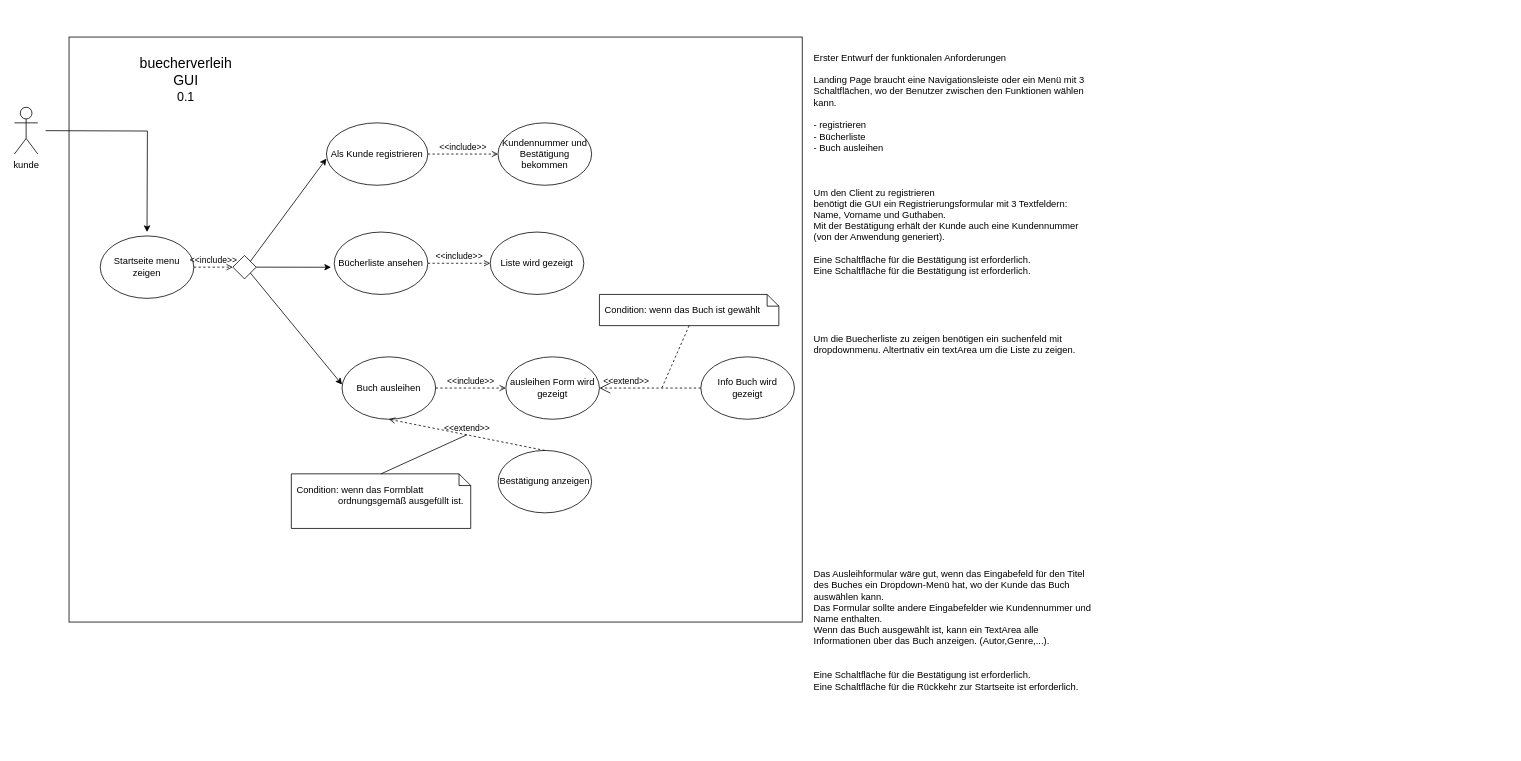
marcogara/WBS_60.1 keeps this draw.io diagram as Buechverleih.drawio. Above is the earlier version. Source tidied: cells renumbered, new cells numbered last; positions are measured from the earlier drawing's top-left corner, leaving out a move shared by most shapes. Both pictures are drawn from the tidied source at 78%, with x=0, y=0 at pixel (14, 37).
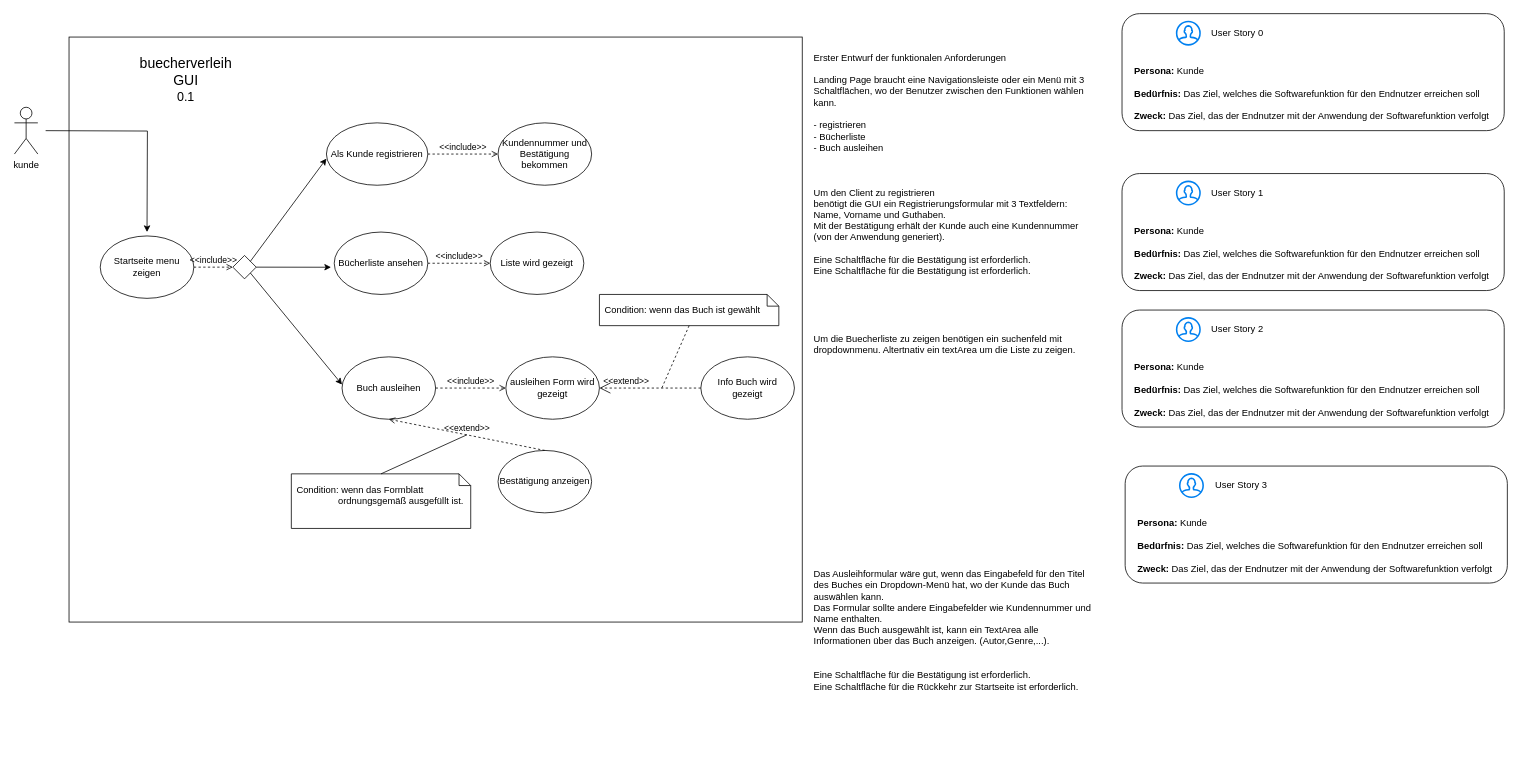
The same page after the edit.

Commit message:
update UML Userstories

What changed in the source:
```diff
@@
+    <mxCell id="30" style="rounded=1;whiteSpace=wrap;html=1;" parent="1" vertex="1">
+      <mxGeometry x="1420" y="-30" width="490" height="150" as="geometry" />
+    </mxCell>
@@
+    <mxCell id="31" style="html=1;verticalLabelPosition=bottom;align=center;labelBackgroundColor=#ffffff;verticalAlign=top;strokeWidth=2;strokeColor=#0080F0;shadow=0;dashed=0;shape=mxgraph.ios7.icons.user;" parent="1" vertex="1">
+      <mxGeometry x="1490" y="-20" width="30" height="30" as="geometry" />
+    </mxCell>
+    <mxCell id="32" value="&lt;div&gt;User Story 0&lt;/div&gt;" style="text;html=1;strokeColor=none;fillColor=none;align=center;verticalAlign=middle;whiteSpace=wrap;rounded=0;" parent="1" vertex="1">
+      <mxGeometry x="1508" y="-20" width="120" height="30" as="geometry" />
+    </mxCell>
+    <mxCell id="33" value="&lt;div align=&quot;left&quot;&gt;&lt;b&gt;Persona: &lt;/b&gt;Kunde&lt;br&gt;&lt;/div&gt;&lt;div align=&quot;left&quot;&gt;&lt;br&gt;&lt;/div&gt;&lt;div align=&quot;left&quot;&gt;&lt;b&gt;Bedürfnis: &lt;/b&gt;Das Ziel, welches die Softwarefunktion für den Endnutzer erreichen soll&lt;/div&gt;&lt;div&gt;&lt;br&gt;&lt;/div&gt;&lt;div&gt;&lt;b&gt;Zweck: &lt;/b&gt;Das Ziel, das der Endnutzer mit der Anwendung der Softwarefunktion verfolgt&lt;/div&gt;&lt;div&gt;&lt;br&gt;&lt;/div&gt;" style="text;html=1;align=left;verticalAlign=middle;strokeColor=none;fillColor=none;" parent="1" vertex="1">
+      <mxGeometry x="1434" y="30" width="470" height="100" as="geometry" />
+    </mxCell>
+    <mxCell id="34" style="rounded=1;whiteSpace=wrap;html=1;" parent="1" vertex="1">
+      <mxGeometry x="1420" y="175" width="490" height="150" as="geometry" />
+    </mxCell>
+    <mxCell id="35" style="html=1;verticalLabelPosition=bottom;align=center;labelBackgroundColor=#ffffff;verticalAlign=top;strokeWidth=2;strokeColor=#0080F0;shadow=0;dashed=0;shape=mxgraph.ios7.icons.user;" parent="1" vertex="1">
+      <mxGeometry x="1490" y="185" width="30" height="30" as="geometry" />
+    </mxCell>
+    <mxCell id="36" value="&lt;div&gt;User Story 1&lt;br&gt;&lt;/div&gt;" style="text;html=1;strokeColor=none;fillColor=none;align=center;verticalAlign=middle;whiteSpace=wrap;rounded=0;" parent="1" vertex="1">
+      <mxGeometry x="1508" y="185" width="120" height="30" as="geometry" />
+    </mxCell>
+    <mxCell id="37" value="&lt;div align=&quot;left&quot;&gt;&lt;b&gt;Persona: &lt;/b&gt;Kunde&lt;br&gt;&lt;/div&gt;&lt;div align=&quot;left&quot;&gt;&lt;br&gt;&lt;/div&gt;&lt;div align=&quot;left&quot;&gt;&lt;b&gt;Bedürfnis: &lt;/b&gt;Das Ziel, welches die Softwarefunktion für den Endnutzer erreichen soll&lt;/div&gt;&lt;div&gt;&lt;br&gt;&lt;/div&gt;&lt;div&gt;&lt;b&gt;Zweck: &lt;/b&gt;Das Ziel, das der Endnutzer mit der Anwendung der Softwarefunktion verfolgt&lt;/div&gt;&lt;div&gt;&lt;br&gt;&lt;/div&gt;" style="text;html=1;align=left;verticalAlign=middle;strokeColor=none;fillColor=none;" parent="1" vertex="1">
+      <mxGeometry x="1434" y="235" width="470" height="100" as="geometry" />
+    </mxCell>
+    <mxCell id="38" style="rounded=1;whiteSpace=wrap;html=1;" parent="1" vertex="1">
+      <mxGeometry x="1420" y="350" width="490" height="150" as="geometry" />
+    </mxCell>
+    <mxCell id="39" style="html=1;verticalLabelPosition=bottom;align=center;labelBackgroundColor=#ffffff;verticalAlign=top;strokeWidth=2;strokeColor=#0080F0;shadow=0;dashed=0;shape=mxgraph.ios7.icons.user;" parent="1" vertex="1">
+      <mxGeometry x="1490" y="360" width="30" height="30" as="geometry" />
+    </mxCell>
+    <mxCell id="40" value="&lt;div&gt;User Story 2&lt;br&gt;&lt;/div&gt;" style="text;html=1;strokeColor=none;fillColor=none;align=center;verticalAlign=middle;whiteSpace=wrap;rounded=0;" parent="1" vertex="1">
+      <mxGeometry x="1508" y="360" width="120" height="30" as="geometry" />
+    </mxCell>
+    <mxCell id="41" value="&lt;div align=&quot;left&quot;&gt;&lt;b&gt;Persona: &lt;/b&gt;Kunde&lt;br&gt;&lt;/div&gt;&lt;div align=&quot;left&quot;&gt;&lt;br&gt;&lt;/div&gt;&lt;div align=&quot;left&quot;&gt;&lt;b&gt;Bedürfnis: &lt;/b&gt;Das Ziel, welches die Softwarefunktion für den Endnutzer erreichen soll&lt;/div&gt;&lt;div&gt;&lt;br&gt;&lt;/div&gt;&lt;div&gt;&lt;b&gt;Zweck: &lt;/b&gt;Das Ziel, das der Endnutzer mit der Anwendung der Softwarefunktion verfolgt&lt;/div&gt;&lt;div&gt;&lt;br&gt;&lt;/div&gt;" style="text;html=1;align=left;verticalAlign=middle;strokeColor=none;fillColor=none;" parent="1" vertex="1">
+      <mxGeometry x="1434" y="410" width="470" height="100" as="geometry" />
+    </mxCell>
+    <mxCell id="42" style="rounded=1;whiteSpace=wrap;html=1;" parent="1" vertex="1">
+      <mxGeometry x="1424" y="550" width="490" height="150" as="geometry" />
+    </mxCell>
+    <mxCell id="43" style="html=1;verticalLabelPosition=bottom;align=center;labelBackgroundColor=#ffffff;verticalAlign=top;strokeWidth=2;strokeColor=#0080F0;shadow=0;dashed=0;shape=mxgraph.ios7.icons.user;" parent="1" vertex="1">
+      <mxGeometry x="1494" y="560" width="30" height="30" as="geometry" />
+    </mxCell>
+    <mxCell id="44" value="&lt;div&gt;User Story 3&lt;br&gt;&lt;/div&gt;" style="text;html=1;strokeColor=none;fillColor=none;align=center;verticalAlign=middle;whiteSpace=wrap;rounded=0;" parent="1" vertex="1">
+      <mxGeometry x="1513" y="560" width="120" height="30" as="geometry" />
+    </mxCell>
+    <mxCell id="45" value="&lt;div align=&quot;left&quot;&gt;&lt;b&gt;Persona: &lt;/b&gt;Kunde&lt;br&gt;&lt;/div&gt;&lt;div align=&quot;left&quot;&gt;&lt;br&gt;&lt;/div&gt;&lt;div align=&quot;left&quot;&gt;&lt;b&gt;Bedürfnis: &lt;/b&gt;Das Ziel, welches die Softwarefunktion für den Endnutzer erreichen soll&lt;/div&gt;&lt;div&gt;&lt;br&gt;&lt;/div&gt;&lt;div&gt;&lt;b&gt;Zweck: &lt;/b&gt;Das Ziel, das der Endnutzer mit der Anwendung der Softwarefunktion verfolgt&lt;/div&gt;&lt;div&gt;&lt;br&gt;&lt;/div&gt;" style="text;html=1;align=left;verticalAlign=middle;strokeColor=none;fillColor=none;" parent="1" vertex="1">
+      <mxGeometry x="1438" y="610" width="470" height="100" as="geometry" />
+    </mxCell>
```
